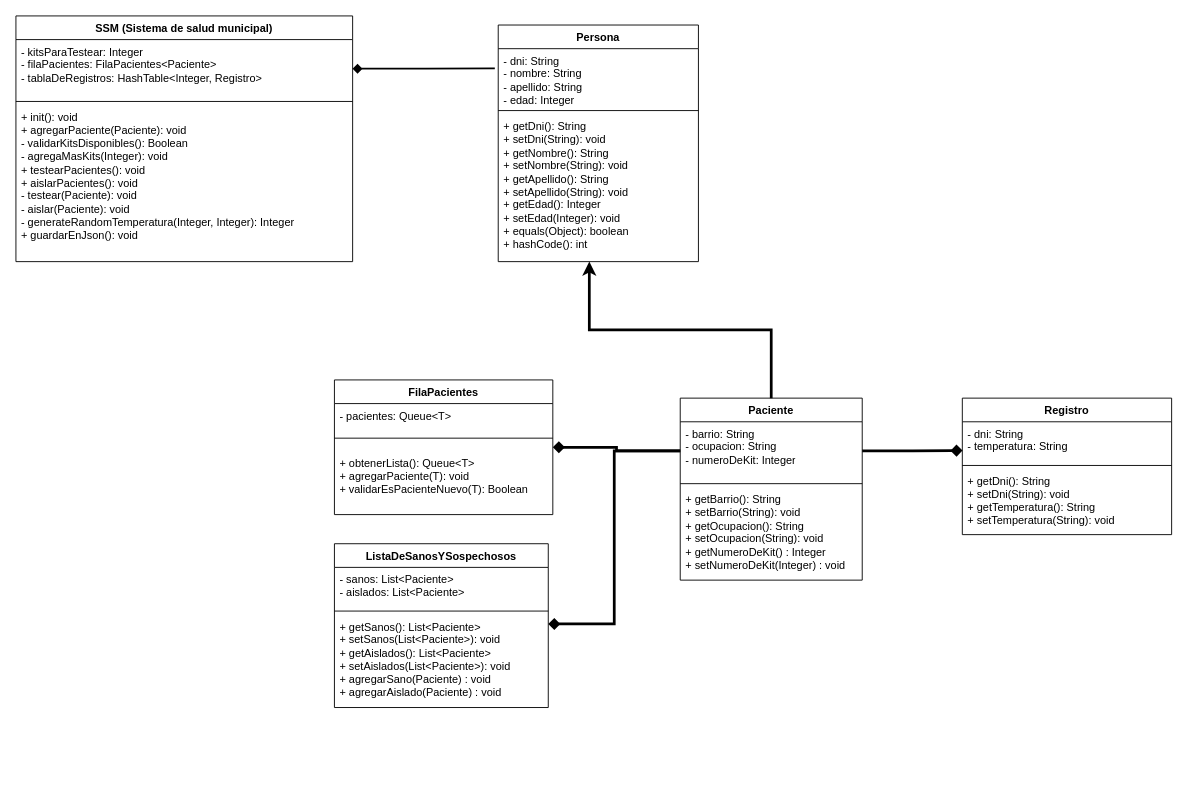
Before: uml.drawio in martinj-jaime/segundoParcialLab3, a draw.io diagram. Source tidied: cells renumbered, new cells numbered last; positions are measured from the earlier drawing's top-left corner, leaving out a move shared by most shapes. Both pictures are drawn from the tidied source at 91%, with x=0, y=0 at pixel (15, 15).
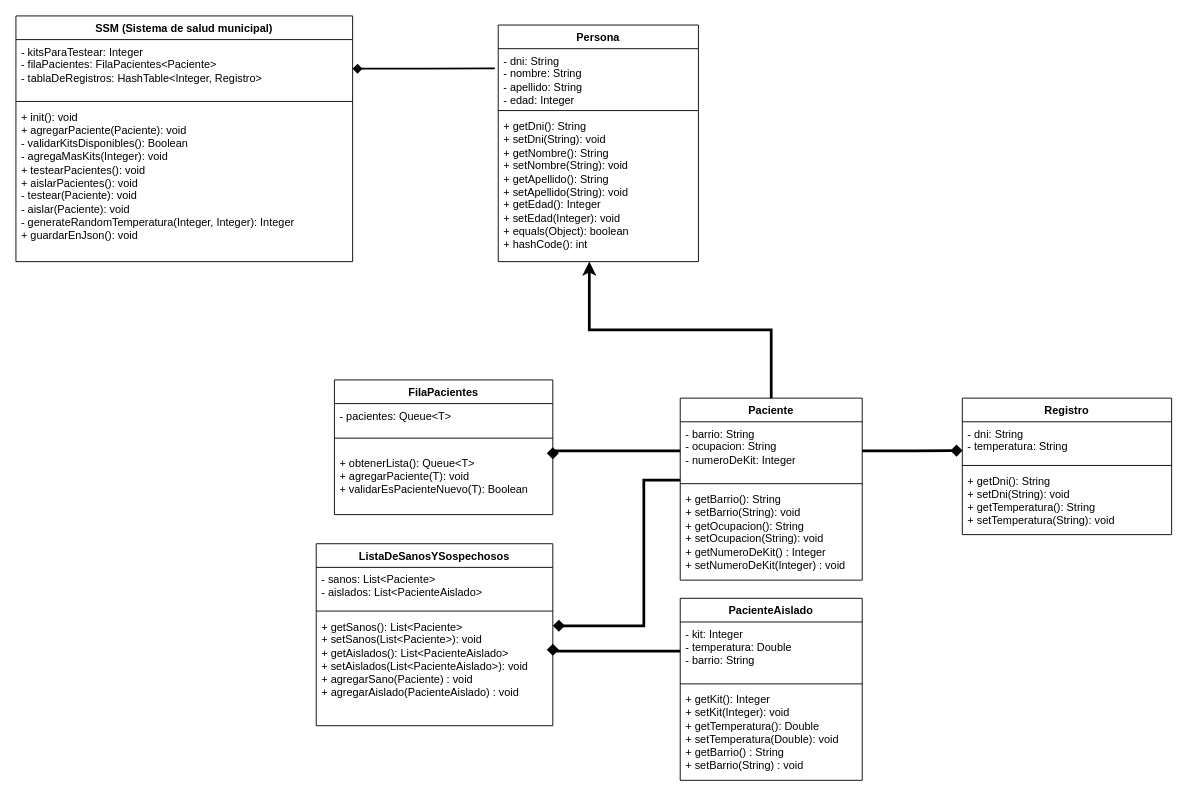
The same page after the edit.

Commit message (it also covers changes not shown here):
fix: no se guardaba como se pedia los aislados en el json

Unchanged cells that the change refers to:
```xml
<mxCell id="7" value="- barrio: String&lt;div&gt;- ocupacion: String&lt;/div&gt;&lt;div&gt;- numeroDeKit: Integer&lt;/div&gt;" style="text;strokeColor=none;fillColor=none;align=left;verticalAlign=top;spacingLeft=4;spacingRight=4;overflow=hidden;points=[[0,0.5],[1,0.5]];portConstraint=eastwest;whiteSpace=wrap;html=1;" parent="6" vertex="1">
  <mxGeometry y="26" width="200" height="64" as="geometry" />
</mxCell>
<mxCell id="20" value="FilaPacientes" style="swimlane;fontStyle=1;align=center;verticalAlign=top;horizontal=1;startSize=26;whiteSpace=wrap;html=1;" parent="1" vertex="1">
  <mxGeometry x="350" y="400" width="240" height="148" as="geometry" />
</mxCell>
```

The edit, as a diff of the source:
```diff
@@
     <mxCell id="24" value="ListaDeSanosYSospechosos" style="swimlane;fontStyle=1;align=center;verticalAlign=top;horizontal=1;startSize=26;whiteSpace=wrap;html=1;" parent="1" vertex="1">
-      <mxGeometry x="350" y="580" width="235" height="180" as="geometry" />
+      <mxGeometry x="330" y="580" width="260" height="200" as="geometry" />
     </mxCell>
-    <mxCell id="25" value="- sanos: List&amp;lt;Paciente&amp;gt;&lt;div&gt;- aislados:&amp;nbsp;&lt;span style=&quot;background-color: initial;&quot;&gt;List&amp;lt;Paciente&amp;gt;&lt;/span&gt;&lt;/div&gt;" style="text;strokeColor=none;fillColor=none;align=left;verticalAlign=top;spacingLeft=4;spacingRight=4;overflow=hidden;whiteSpace=wrap;html=1;" parent="24" vertex="1">
-      <mxGeometry y="26" width="235" height="44" as="geometry" />
+    <mxCell id="25" value="- sanos: List&amp;lt;Paciente&amp;gt;&lt;div&gt;- aislados:&amp;nbsp;&lt;span style=&quot;background-color: initial;&quot;&gt;List&amp;lt;PacienteAislado&amp;gt;&lt;/span&gt;&lt;/div&gt;" style="text;strokeColor=none;fillColor=none;align=left;verticalAlign=top;spacingLeft=4;spacingRight=4;overflow=hidden;whiteSpace=wrap;html=1;" parent="24" vertex="1">
+      <mxGeometry y="26" width="260" height="44" as="geometry" />
     </mxCell>
     <mxCell id="26" style="line;strokeWidth=1;fillColor=none;align=left;verticalAlign=middle;spacingTop=-1;spacingLeft=3;spacingRight=3;labelPosition=right;strokeColor=inherit;" parent="24" vertex="1">
-      <mxGeometry y="70" width="235" height="8" as="geometry" />
+      <mxGeometry y="70" width="260" height="8" as="geometry" />
     </mxCell>
-    <mxCell id="27" value="+ getSanos(): List&amp;lt;Paciente&amp;gt;&lt;div&gt;&lt;div&gt;&lt;/div&gt;&lt;/div&gt;&lt;div&gt;+ setSanos(List&amp;lt;Paciente&amp;gt;): void&lt;/div&gt;&lt;div&gt;+ getAislados(): List&amp;lt;Paciente&amp;gt;&lt;/div&gt;&lt;div&gt;+ setAislados(List&amp;lt;Paciente&amp;gt;): void&lt;/div&gt;&lt;div&gt;+ agregarSano(Paciente) : void&lt;/div&gt;&lt;div&gt;+ agregarAislado(Paciente) : void&lt;/div&gt;" style="text;strokeColor=none;fillColor=none;align=left;verticalAlign=top;spacingLeft=4;spacingRight=4;overflow=hidden;points=[[0,0.5],[1,0.5]];portConstraint=eastwest;whiteSpace=wrap;html=1;" parent="24" vertex="1">
-      <mxGeometry y="78" width="235" height="102" as="geometry" />
+    <mxCell id="27" value="+ getSanos(): List&amp;lt;Paciente&amp;gt;&lt;div&gt;&lt;div&gt;&lt;/div&gt;&lt;/div&gt;&lt;div&gt;+ setSanos(List&amp;lt;Paciente&amp;gt;): void&lt;/div&gt;&lt;div&gt;+ getAislados(): List&amp;lt;PacienteAislado&amp;gt;&lt;/div&gt;&lt;div&gt;+ setAislados(List&amp;lt;PacienteAislado&amp;gt;): void&lt;/div&gt;&lt;div&gt;+ agregarSano(Paciente) : void&lt;/div&gt;&lt;div&gt;+ agregarAislado(PacienteAislado) : void&lt;/div&gt;" style="text;strokeColor=none;fillColor=none;align=left;verticalAlign=top;spacingLeft=4;spacingRight=4;overflow=hidden;points=[[0,0.5],[1,0.5]];portConstraint=eastwest;whiteSpace=wrap;html=1;" parent="24" vertex="1">
+      <mxGeometry y="78" width="260" height="122" as="geometry" />
     </mxCell>
@@
     <mxCell id="29" style="edgeStyle=orthogonalEdgeStyle;rounded=0;jettySize=auto;html=1;entryX=1;entryY=0.5;entryDx=0;entryDy=0;endArrow=diamond;endFill=1;strokeWidth=3;" parent="1" edge="1" source="7" target="20">
-      <mxGeometry relative="1" as="geometry" />
+      <mxGeometry relative="1" as="geometry">
+        <Array as="points">
+          <mxPoint x="590" y="478" />
+        </Array>
+      </mxGeometry>
     </mxCell>
     <mxCell id="30" style="edgeStyle=orthogonalEdgeStyle;rounded=0;jettySize=auto;html=1;entryX=1;entryY=0.1;entryDx=0;entryDy=0;entryPerimeter=0;endArrow=diamond;endFill=1;strokeWidth=3;" parent="1" edge="1" source="7" target="27">
-      <mxGeometry relative="1" as="geometry" />
+      <mxGeometry relative="1" as="geometry">
+        <Array as="points">
+          <mxPoint x="690" y="510" />
+          <mxPoint x="690" y="670" />
+        </Array>
+      </mxGeometry>
     </mxCell>
+    <mxCell id="31" value="PacienteAislado" style="swimlane;fontStyle=1;align=center;verticalAlign=top;horizontal=1;startSize=26;whiteSpace=wrap;html=1;" parent="1" vertex="1">
+      <mxGeometry x="730" y="640" width="200" height="200" as="geometry" />
+    </mxCell>
+    <mxCell id="32" value="- kit: Integer&lt;div&gt;- temperatura: Double&lt;/div&gt;&lt;div&gt;- barrio: String&lt;/div&gt;" style="text;strokeColor=none;fillColor=none;align=left;verticalAlign=top;spacingLeft=4;spacingRight=4;overflow=hidden;points=[[0,0.5],[1,0.5]];portConstraint=eastwest;whiteSpace=wrap;html=1;" parent="31" vertex="1">
+      <mxGeometry y="26" width="200" height="64" as="geometry" />
+    </mxCell>
+    <mxCell id="33" style="line;strokeWidth=1;fillColor=none;align=left;verticalAlign=middle;spacingTop=-1;spacingLeft=3;spacingRight=3;labelPosition=right;strokeColor=inherit;" parent="31" vertex="1">
+      <mxGeometry y="90" width="200" height="8" as="geometry" />
+    </mxCell>
+    <mxCell id="34" value="+ getKit(): Integer&lt;div&gt;&lt;div&gt;&lt;/div&gt;&lt;/div&gt;&lt;div&gt;+ setKit(Integer): void&lt;/div&gt;&lt;div&gt;+ getTemperatura(): Double&lt;/div&gt;&lt;div&gt;+ setTemperatura(Double): void&lt;/div&gt;&lt;div&gt;+ getBarrio() : String&lt;/div&gt;&lt;div&gt;+ setBarrio(String) : void&lt;/div&gt;" style="text;strokeColor=none;fillColor=none;align=left;verticalAlign=top;spacingLeft=4;spacingRight=4;overflow=hidden;whiteSpace=wrap;html=1;" parent="31" vertex="1">
+      <mxGeometry y="98" width="200" height="102" as="geometry" />
+    </mxCell>
+    <mxCell id="35" style="edgeStyle=orthogonalEdgeStyle;rounded=0;jettySize=auto;html=1;strokeWidth=3;endArrow=diamond;endFill=1;" parent="1" edge="1" source="32">
+      <mxGeometry relative="1" as="geometry">
+        <mxPoint x="590" y="690" as="targetPoint" />
+        <Array as="points">
+          <mxPoint x="590" y="698" />
+        </Array>
+      </mxGeometry>
+    </mxCell>
```
